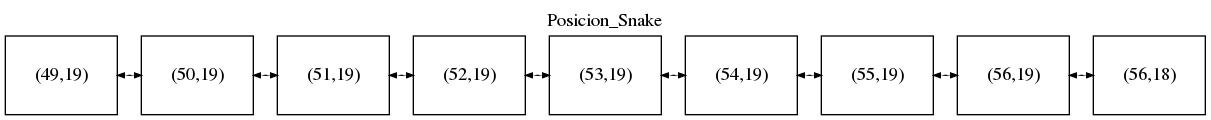
Earlier version of the Graphviz export snake_list.png (mariotun/EDD_1S2019_P1_201602942). Its source is kept beside it as snake_list.dot.
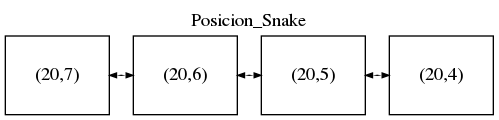
After the commit.

What changed in the source:
```diff
@@ -3,15 +3,10 @@
  labelloc=t;
 node[margin=0.3 fontcolor=black shape=box];
 {rank=same;
- <lista_doble.NodeLD object at 0x7f71b76cba20>[label="(49,19)"];
-<lista_doble.NodeLD object at 0x7f71b76bccc0>[label="(50,19)"];
-<lista_doble.NodeLD object at 0x7f71b76cb780>[label="(51,19)"];
-<lista_doble.NodeLD object at 0x7f71b76bcd30>[label="(52,19)"];
-<lista_doble.NodeLD object at 0x7f71b76cb940>[label="(53,19)"];
-<lista_doble.NodeLD object at 0x7f71b76bcc88>[label="(54,19)"];
-<lista_doble.NodeLD object at 0x7f71b76bcc18>[label="(55,19)"];
-<lista_doble.NodeLD object at 0x7f71b76bce80>[label="(56,19)"];
-<lista_doble.NodeLD object at 0x7f71b76bccf8>[label="(56,18)"];
-<lista_doble.NodeLD object at 0x7f71b76cba20>-><lista_doble.NodeLD object at 0x7f71b76bccc0>-><lista_doble.NodeLD object at 0x7f71b76cb780>-><lista_doble.NodeLD object at 0x7f71b76bcd30>-><lista_doble.NodeLD object at 0x7f71b76cb940>-><lista_doble.NodeLD object at 0x7f71b76bcc88>-><lista_doble.NodeLD object at 0x7f71b76bcc18>-><lista_doble.NodeLD object at 0x7f71b76bce80>-><lista_doble.NodeLD object at 0x7f71b76bccf8>
+ <lista_doble.NodeLD object at 0x7fb0d9ca6dd8>[label="(20,7)"];
+<lista_doble.NodeLD object at 0x7fb0d9ca6d30>[label="(20,6)"];
+<lista_doble.NodeLD object at 0x7fb0d9ca6da0>[label="(20,5)"];
+<lista_doble.NodeLD object at 0x7fb0d9ca6ef0>[label="(20,4)"];
+<lista_doble.NodeLD object at 0x7fb0d9ca6dd8>-><lista_doble.NodeLD object at 0x7fb0d9ca6d30>-><lista_doble.NodeLD object at 0x7fb0d9ca6da0>-><lista_doble.NodeLD object at 0x7fb0d9ca6ef0>
 [dir=both style=tapered arrowsize=0.5 penwidth=1 color=black];
 } }
```
